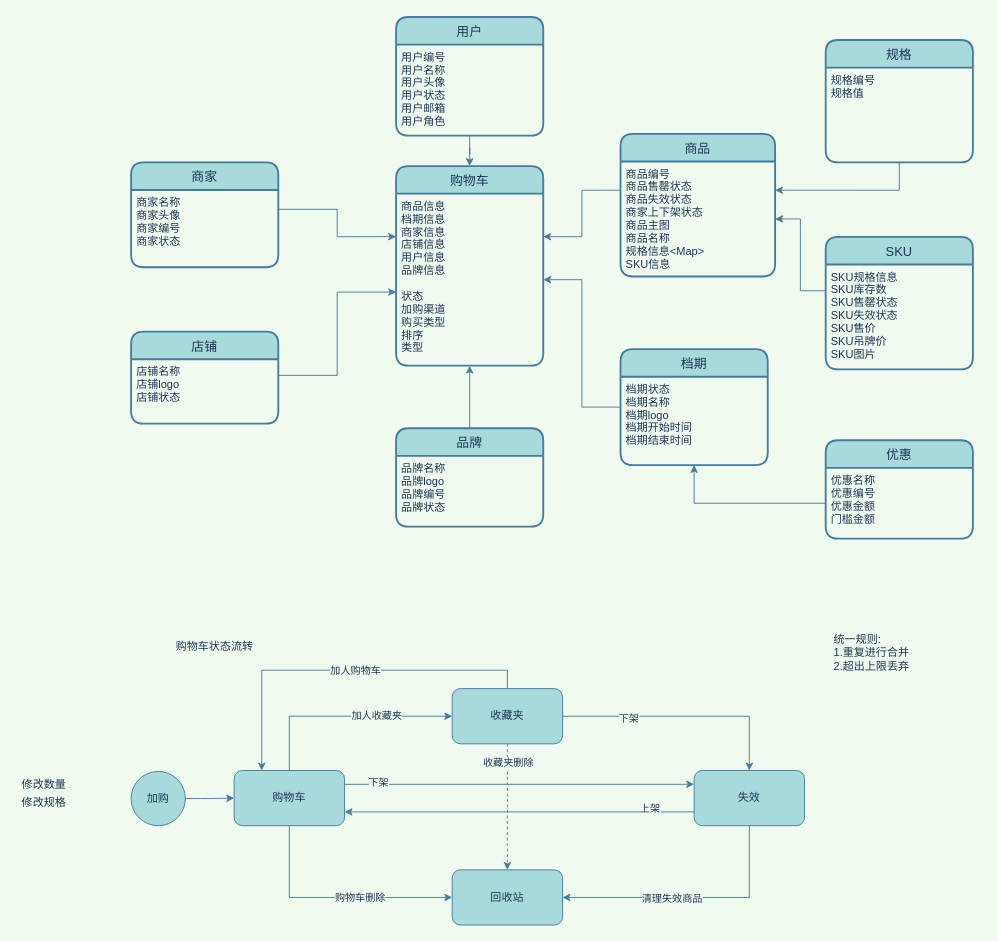
This is 购物车领域模型图.drawio from mingtian110/pc_home, a draw.io file, before an edit. Source tidied: cells renumbered, new cells numbered last; positions are measured from the earlier drawing's top-left corner, leaving out a move shared by most shapes. Both pictures are drawn from the tidied source at 92%, with x=0, y=0 at pixel (16, 17).
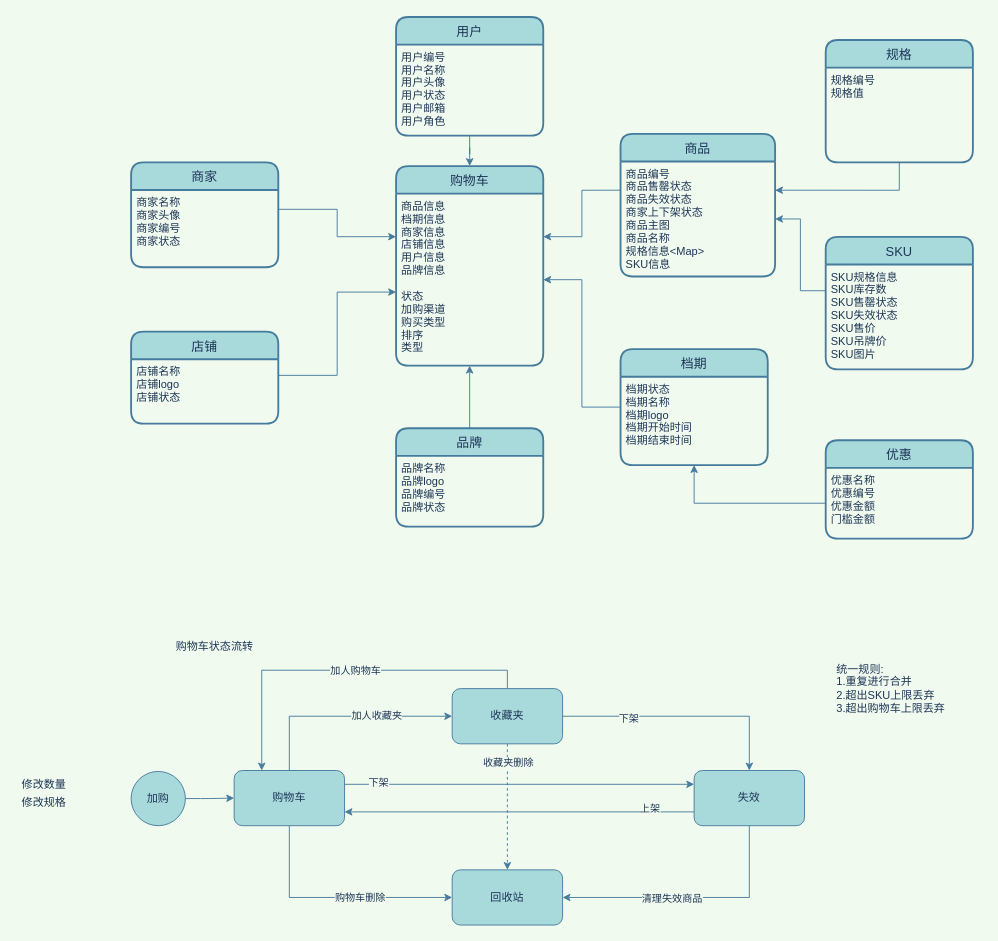
Above is the later version.

Commit message:
更新购物车领域模型图.drawio

Diff of the diagram source:
```diff
@@
-    <mxCell id="56" value="统一规则:&lt;br&gt;1.重复进行合并&lt;br&gt;2.超出上限丢弃" style="text;html=1;strokeColor=none;fillColor=none;align=left;verticalAlign=middle;whiteSpace=wrap;rounded=0;sketch=0;fontColor=#1D3557;" parent="1" vertex="1">
-      <mxGeometry x="887" y="680" width="98" height="21" as="geometry" />
+    <mxCell id="56" value="统一规则:&lt;br&gt;1.重复进行合并&lt;br&gt;2.超出SKU上限丢弃&lt;br&gt;3.超出购物车上限丢弃" style="text;html=1;strokeColor=none;fillColor=none;align=left;verticalAlign=middle;whiteSpace=wrap;rounded=0;sketch=0;fontColor=#1D3557;" parent="1" vertex="1">
+      <mxGeometry x="890" y="670" width="161" height="120" as="geometry" />
     </mxCell>
```
